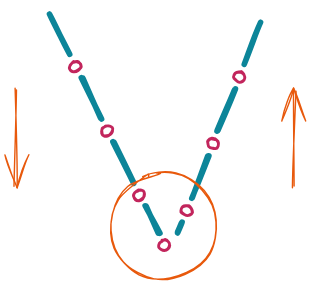
Before: source/_static/common/add_t01.excalidraw.svg, a diagram exported from Excalidraw (Project-YXKJ/SilverStarSCS.Docs-zh-cn). Source tidied: one line per element, renumbered; positions are measured from the earlier drawing's top-left corner, leaving out a move shared by most shapes. The source it was exported from:
```json
{"id": 0, "type": "line", "strokeColor": "#0c8599", "angle": 5.82, "strokeWidth": 4, "roughness": 1, "round": true, "x": 55, "y": 46, "width": 0, "height": 32, "points": [[0, 0], [0, 32]]}
{"id": 1, "type": "line", "strokeColor": "#0c8599", "angle": 5.82, "strokeWidth": 4, "roughness": 1, "x": 32, "y": 0, "width": 0, "height": 32, "points": [[0, 0], [0, 32]]}
{"id": 2, "type": "line", "strokeColor": "#0c8599", "angle": 5.82, "strokeWidth": 4, "roughness": 1, "round": true, "x": 78, "y": 92, "width": 0, "height": 32, "points": [[0, 0], [0, 32]]}
{"id": 3, "type": "line", "strokeColor": "#0c8599", "angle": 5.82, "strokeWidth": 4, "roughness": 1, "round": true, "x": 98, "y": 138, "width": 0, "height": 21, "points": [[0, 0], [0, 21]]}
{"id": 4, "type": "ellipse", "strokeColor": "#c2255c", "angle": 5.82, "strokeWidth": 2, "roughness": 1, "round": true, "x": 39, "y": 36, "width": 8, "height": 7}
{"id": 5, "type": "ellipse", "strokeColor": "#c2255c", "angle": 5.82, "strokeWidth": 2, "roughness": 1, "round": true, "x": 62, "y": 82, "width": 8, "height": 7}
{"id": 6, "type": "ellipse", "strokeColor": "#c2255c", "angle": 5.82, "strokeWidth": 2, "roughness": 1, "round": true, "x": 85, "y": 128, "width": 8, "height": 7}
{"id": 7, "type": "ellipse", "strokeColor": "#c2255c", "angle": 5.82, "strokeWidth": 2, "roughness": 1, "round": true, "x": 102, "y": 163, "width": 8, "height": 7}
{"id": 8, "type": "line", "strokeColor": "#0c8599", "angle": 0.37, "strokeWidth": 4, "roughness": 1, "round": true, "x": 151, "y": 54, "width": 0, "height": 32, "points": [[0, 0], [0, 32]]}
{"id": 9, "type": "line", "strokeColor": "#0c8599", "angle": 0.37, "strokeWidth": 4, "roughness": 1, "x": 170, "y": 7, "width": 0, "height": 32, "points": [[0, 0], [0, 32]]}
{"id": 10, "type": "line", "strokeColor": "#0c8599", "angle": 0.37, "strokeWidth": 4, "roughness": 1, "round": true, "x": 132, "y": 102, "width": 0, "height": 32, "points": [[0, 0], [0, 32]]}
{"id": 11, "type": "line", "strokeColor": "#0c8599", "angle": 0.37, "strokeWidth": 4, "roughness": 1, "round": true, "x": 118, "y": 150, "width": 0, "height": 8, "points": [[0, 0], [0, 8]]}
{"id": 12, "type": "ellipse", "strokeColor": "#c2255c", "angle": 0.37, "strokeWidth": 2, "roughness": 1, "round": true, "x": 156, "y": 43, "width": 8, "height": 7}
{"id": 13, "type": "ellipse", "strokeColor": "#c2255c", "angle": 0.37, "strokeWidth": 2, "roughness": 1, "round": true, "x": 137, "y": 91, "width": 8, "height": 7}
{"id": 14, "type": "ellipse", "strokeColor": "#c2255c", "angle": 0.37, "strokeWidth": 2, "roughness": 1, "round": true, "x": 119, "y": 139, "width": 8, "height": 7}
{"id": 15, "type": "ellipse", "strokeColor": "#e8590c", "strokeWidth": 1, "roughness": 1, "x": 68, "y": 115, "width": 76, "height": 77}
{"id": 16, "type": "arrow", "strokeColor": "#e8590c", "strokeWidth": 1, "roughness": 1, "endArrowhead": "arrow", "round": true, "x": 0, "y": 56, "width": 0, "height": 69, "points": [[0, 0], [0, 69]]}
{"id": 17, "type": "arrow", "strokeColor": "#e8590c", "strokeWidth": 1, "roughness": 1, "startArrowhead": "arrow", "round": true, "x": 200, "y": 56, "width": 0, "height": 69, "points": [[0, 0], [0, 69]]}
```
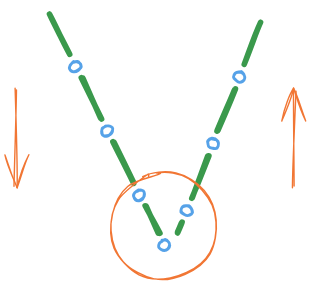
Later version of the same file.

What changed in the source:
```diff
@@ -1,18 +1,18 @@
-{"id": 0, "type": "line", "strokeColor": "#0c8599", "angle": 5.82, "strokeWidth": 4, "roughness": 1, "round": true, "x": 55, "y": 46, "width": 0, "height": 32, "points": [[0, 0], [0, 32]]}
+{"id": 0, "type": "line", "strokeColor": "#2f9e44", "angle": 5.82, "strokeWidth": 4, "roughness": 1, "round": true, "x": 55, "y": 46, "width": 0, "height": 32, "points": [[0, 0], [0, 32]]}
-{"id": 1, "type": "line", "strokeColor": "#0c8599", "angle": 5.82, "strokeWidth": 4, "roughness": 1, "x": 32, "y": 0, "width": 0, "height": 32, "points": [[0, 0], [0, 32]]}
+{"id": 1, "type": "line", "strokeColor": "#2f9e44", "angle": 5.82, "strokeWidth": 4, "roughness": 1, "x": 32, "y": 0, "width": 0, "height": 32, "points": [[0, 0], [0, 32]]}
-{"id": 2, "type": "line", "strokeColor": "#0c8599", "angle": 5.82, "strokeWidth": 4, "roughness": 1, "round": true, "x": 78, "y": 92, "width": 0, "height": 32, "points": [[0, 0], [0, 32]]}
+{"id": 2, "type": "line", "strokeColor": "#2f9e44", "angle": 5.82, "strokeWidth": 4, "roughness": 1, "round": true, "x": 78, "y": 92, "width": 0, "height": 32, "points": [[0, 0], [0, 32]]}
-{"id": 3, "type": "line", "strokeColor": "#0c8599", "angle": 5.82, "strokeWidth": 4, "roughness": 1, "round": true, "x": 98, "y": 138, "width": 0, "height": 21, "points": [[0, 0], [0, 21]]}
+{"id": 3, "type": "line", "strokeColor": "#2f9e44", "angle": 5.82, "strokeWidth": 4, "roughness": 1, "round": true, "x": 98, "y": 138, "width": 0, "height": 21, "points": [[0, 0], [0, 21]]}
+{"id": 8, "type": "line", "strokeColor": "#2f9e44", "angle": 0.37, "strokeWidth": 4, "roughness": 1, "round": true, "x": 151, "y": 54, "width": 0, "height": 32, "points": [[0, 0], [0, 32]]}
+{"id": 9, "type": "line", "strokeColor": "#2f9e44", "angle": 0.37, "strokeWidth": 4, "roughness": 1, "x": 170, "y": 7, "width": 0, "height": 32, "points": [[0, 0], [0, 32]]}
+{"id": 10, "type": "line", "strokeColor": "#2f9e44", "angle": 0.37, "strokeWidth": 4, "roughness": 1, "round": true, "x": 132, "y": 102, "width": 0, "height": 32, "points": [[0, 0], [0, 32]]}
+{"id": 11, "type": "line", "strokeColor": "#2f9e44", "angle": 0.37, "strokeWidth": 4, "roughness": 1, "round": true, "x": 118, "y": 150, "width": 0, "height": 8, "points": [[0, 0], [0, 8]]}
-{"id": 4, "type": "ellipse", "strokeColor": "#c2255c", "angle": 5.82, "strokeWidth": 2, "roughness": 1, "round": true, "x": 39, "y": 36, "width": 8, "height": 7}
+{"id": 4, "type": "ellipse", "strokeColor": "#1971c2", "angle": 5.82, "strokeWidth": 2, "roughness": 1, "round": true, "x": 39, "y": 36, "width": 8, "height": 7}
-{"id": 5, "type": "ellipse", "strokeColor": "#c2255c", "angle": 5.82, "strokeWidth": 2, "roughness": 1, "round": true, "x": 62, "y": 82, "width": 8, "height": 7}
+{"id": 5, "type": "ellipse", "strokeColor": "#1971c2", "angle": 5.82, "strokeWidth": 2, "roughness": 1, "round": true, "x": 62, "y": 82, "width": 8, "height": 7}
-{"id": 6, "type": "ellipse", "strokeColor": "#c2255c", "angle": 5.82, "strokeWidth": 2, "roughness": 1, "round": true, "x": 85, "y": 128, "width": 8, "height": 7}
+{"id": 6, "type": "ellipse", "strokeColor": "#1971c2", "angle": 5.82, "strokeWidth": 2, "roughness": 1, "round": true, "x": 85, "y": 128, "width": 8, "height": 7}
-{"id": 7, "type": "ellipse", "strokeColor": "#c2255c", "angle": 5.82, "strokeWidth": 2, "roughness": 1, "round": true, "x": 102, "y": 163, "width": 8, "height": 7}
+{"id": 7, "type": "ellipse", "strokeColor": "#1971c2", "angle": 5.82, "strokeWidth": 2, "roughness": 1, "round": true, "x": 102, "y": 163, "width": 8, "height": 7}
-{"id": 8, "type": "line", "strokeColor": "#0c8599", "angle": 0.37, "strokeWidth": 4, "roughness": 1, "round": true, "x": 151, "y": 54, "width": 0, "height": 32, "points": [[0, 0], [0, 32]]}
-{"id": 9, "type": "line", "strokeColor": "#0c8599", "angle": 0.37, "strokeWidth": 4, "roughness": 1, "x": 170, "y": 7, "width": 0, "height": 32, "points": [[0, 0], [0, 32]]}
-{"id": 10, "type": "line", "strokeColor": "#0c8599", "angle": 0.37, "strokeWidth": 4, "roughness": 1, "round": true, "x": 132, "y": 102, "width": 0, "height": 32, "points": [[0, 0], [0, 32]]}
-{"id": 11, "type": "line", "strokeColor": "#0c8599", "angle": 0.37, "strokeWidth": 4, "roughness": 1, "round": true, "x": 118, "y": 150, "width": 0, "height": 8, "points": [[0, 0], [0, 8]]}
-{"id": 12, "type": "ellipse", "strokeColor": "#c2255c", "angle": 0.37, "strokeWidth": 2, "roughness": 1, "round": true, "x": 156, "y": 43, "width": 8, "height": 7}
+{"id": 12, "type": "ellipse", "strokeColor": "#1971c2", "angle": 0.37, "strokeWidth": 2, "roughness": 1, "round": true, "x": 156, "y": 43, "width": 8, "height": 7}
-{"id": 13, "type": "ellipse", "strokeColor": "#c2255c", "angle": 0.37, "strokeWidth": 2, "roughness": 1, "round": true, "x": 137, "y": 91, "width": 8, "height": 7}
+{"id": 13, "type": "ellipse", "strokeColor": "#1971c2", "angle": 0.37, "strokeWidth": 2, "roughness": 1, "round": true, "x": 137, "y": 91, "width": 8, "height": 7}
-{"id": 14, "type": "ellipse", "strokeColor": "#c2255c", "angle": 0.37, "strokeWidth": 2, "roughness": 1, "round": true, "x": 119, "y": 139, "width": 8, "height": 7}
+{"id": 14, "type": "ellipse", "strokeColor": "#1971c2", "angle": 0.37, "strokeWidth": 2, "roughness": 1, "round": true, "x": 119, "y": 139, "width": 8, "height": 7}
 {"id": 15, "type": "ellipse", "strokeColor": "#e8590c", "strokeWidth": 1, "roughness": 1, "x": 68, "y": 115, "width": 76, "height": 77}
 {"id": 16, "type": "arrow", "strokeColor": "#e8590c", "strokeWidth": 1, "roughness": 1, "endArrowhead": "arrow", "round": true, "x": 0, "y": 56, "width": 0, "height": 69, "points": [[0, 0], [0, 69]]}
 {"id": 17, "type": "arrow", "strokeColor": "#e8590c", "strokeWidth": 1, "roughness": 1, "startArrowhead": "arrow", "round": true, "x": 200, "y": 56, "width": 0, "height": 69, "points": [[0, 0], [0, 69]]}
```
